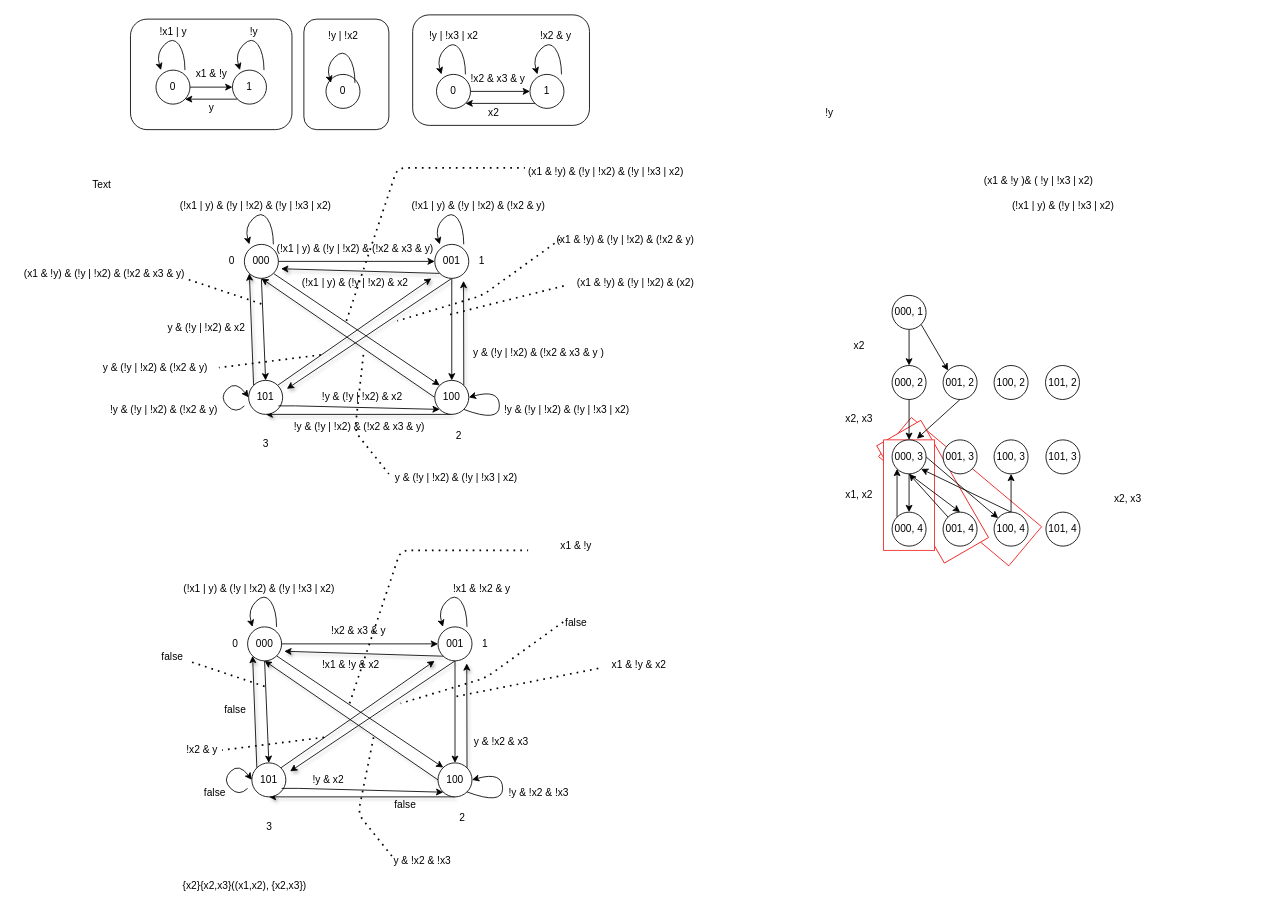
The draw.io diagram memo.dio in showayamada/Finding-Flaws-In-Specifications, before the edit. Source tidied: cells renumbered, new cells numbered last; positions are measured from the earlier drawing's top-left corner, leaving out a move shared by most shapes. Both pictures are drawn from the tidied source at 85%, with x=0, y=0 at pixel (14, 14).
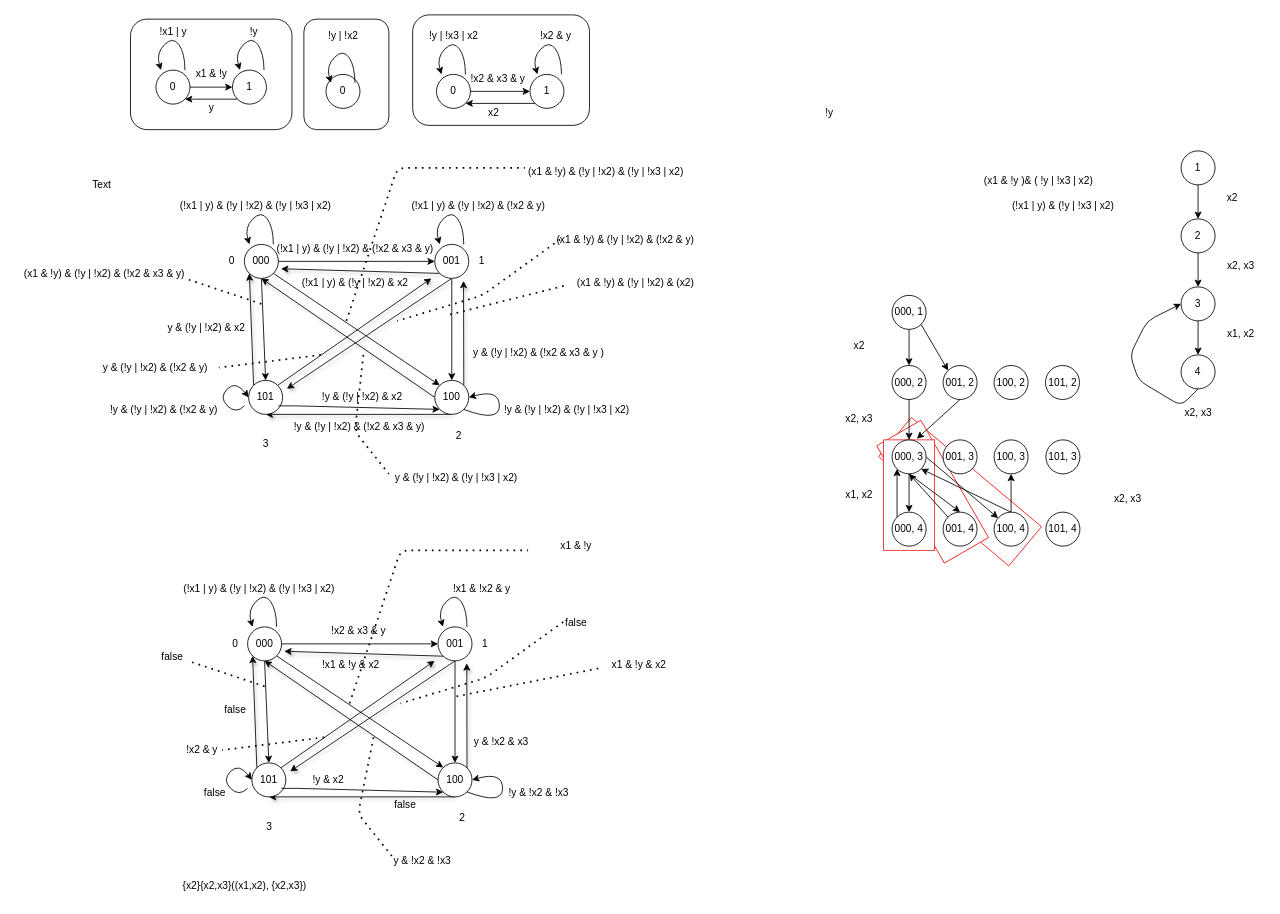
The same page after the edit.

Commit message (it also covers changes not shown here):
head(), tail()の実装

The edit, as a diff of the source:
```diff
@@
+    <mxCell id="158" style="edgeStyle=none;html=1;exitX=0.5;exitY=1;exitDx=0;exitDy=0;entryX=0.5;entryY=0;entryDx=0;entryDy=0;" parent="1" edge="1" source="159" target="161">
+      <mxGeometry relative="1" as="geometry" />
+    </mxCell>
+    <mxCell id="159" value="1" style="ellipse;whiteSpace=wrap;html=1;" parent="1" vertex="1">
+      <mxGeometry x="1372" y="160" width="40" height="40" as="geometry" />
+    </mxCell>
+    <mxCell id="160" style="edgeStyle=none;html=1;exitX=0.5;exitY=1;exitDx=0;exitDy=0;entryX=0.5;entryY=0;entryDx=0;entryDy=0;" parent="1" edge="1" source="161" target="163">
+      <mxGeometry relative="1" as="geometry" />
+    </mxCell>
+    <mxCell id="161" value="2" style="ellipse;whiteSpace=wrap;html=1;" parent="1" vertex="1">
+      <mxGeometry x="1372" y="240" width="40" height="40" as="geometry" />
+    </mxCell>
+    <mxCell id="162" style="edgeStyle=none;html=1;exitX=0.5;exitY=1;exitDx=0;exitDy=0;entryX=0.5;entryY=0;entryDx=0;entryDy=0;" parent="1" edge="1" source="163" target="165">
+      <mxGeometry relative="1" as="geometry" />
+    </mxCell>
+    <mxCell id="163" value="3" style="ellipse;whiteSpace=wrap;html=1;" parent="1" vertex="1">
+      <mxGeometry x="1372" y="320" width="40" height="40" as="geometry" />
+    </mxCell>
+    <mxCell id="164" style="edgeStyle=none;html=1;exitX=0.5;exitY=1;exitDx=0;exitDy=0;entryX=0;entryY=0.5;entryDx=0;entryDy=0;" parent="1" edge="1" source="165" target="163">
+      <mxGeometry relative="1" as="geometry">
+        <Array as="points">
+          <mxPoint x="1372" y="460" />
+          <mxPoint x="1322" y="430" />
+          <mxPoint x="1312" y="400" />
+          <mxPoint x="1332" y="360" />
+        </Array>
+      </mxGeometry>
+    </mxCell>
+    <mxCell id="165" value="4" style="ellipse;whiteSpace=wrap;html=1;" parent="1" vertex="1">
+      <mxGeometry x="1372" y="400" width="40" height="40" as="geometry" />
+    </mxCell>
+    <mxCell id="166" value="x2" style="text;html=1;align=center;verticalAlign=middle;strokeColor=none;fillColor=none;" parent="1" vertex="1">
+      <mxGeometry x="1412" y="200" width="40" height="30" as="geometry" />
+    </mxCell>
+    <mxCell id="167" value="x2, x3" style="text;html=1;align=center;verticalAlign=middle;strokeColor=none;fillColor=none;" parent="1" vertex="1">
+      <mxGeometry x="1412" y="280" width="60" height="30" as="geometry" />
+    </mxCell>
+    <mxCell id="168" value="x1, x2" style="text;html=1;align=center;verticalAlign=middle;strokeColor=none;fillColor=none;" parent="1" vertex="1">
+      <mxGeometry x="1412" y="360" width="60" height="30" as="geometry" />
+    </mxCell>
+    <mxCell id="169" value="x2, x3" style="text;html=1;align=center;verticalAlign=middle;strokeColor=none;fillColor=none;" parent="1" vertex="1">
+      <mxGeometry x="1362" y="452.5" width="60" height="30" as="geometry" />
+    </mxCell>
```
